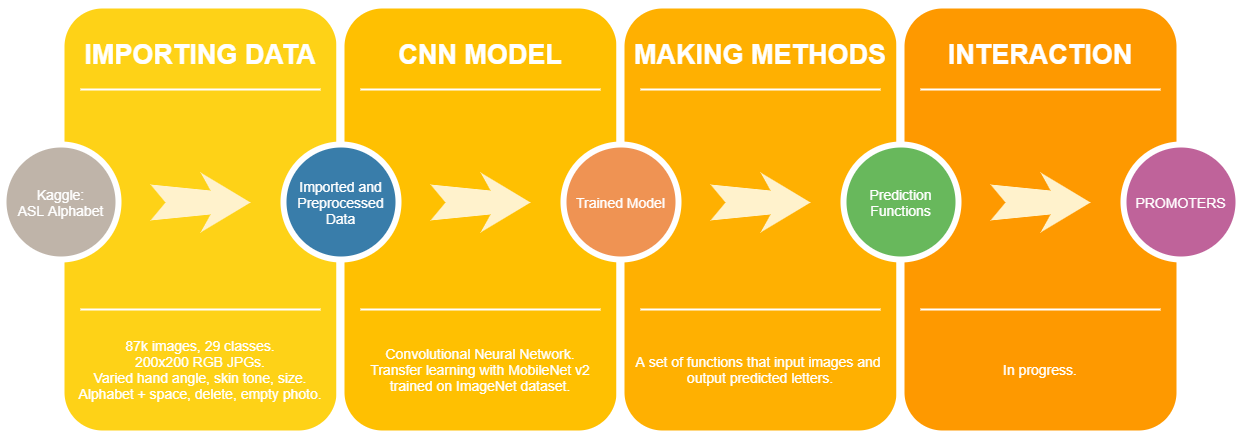
Before: readme_images/project_map.png, a diagram exported from draw.io (Windblown-Marionette/fingerspelling-text). Source tidied: cells renumbered, new cells last; positions are measured from the earlier drawing's top-left corner, leaving out a move shared by most shapes. The source it was exported from:
```xml
<mxGraphModel background="#ffffff">
  <root>
    <mxCell id="0" />
    <mxCell id="1" parent="0" />
    <mxCell id="2" style="whiteSpace=wrap;html=1;rounded=1;shadow=0;strokeWidth=8;fontSize=20;align=center;fillColor=#FED217;strokeColor=#FFFFFF;" parent="1" vertex="1">
      <mxGeometry x="57" width="280" height="430" as="geometry" />
    </mxCell>
    <mxCell id="3" value="IMPORTING DATA" style="text;html=1;strokeColor=none;fillColor=none;align=center;verticalAlign=middle;whiteSpace=wrap;rounded=0;shadow=0;fontSize=27;fontColor=#FFFFFF;fontStyle=1;" parent="1" vertex="1">
      <mxGeometry x="57" y="20" width="280" height="60" as="geometry" />
    </mxCell>
    <mxCell id="4" value="87k images, 29 classes.&lt;br&gt;200x200 RGB JPGs.&lt;br&gt;Varied hand angle, skin tone, size.&lt;br&gt;Alphabet + space, delete, empty photo." style="text;html=1;strokeColor=none;fillColor=none;align=center;verticalAlign=middle;whiteSpace=wrap;rounded=0;shadow=0;fontSize=14;fontColor=#FFFFFF;" parent="1" vertex="1">
      <mxGeometry x="57" y="320" width="280" height="90" as="geometry" />
    </mxCell>
    <mxCell id="5" style="line;strokeWidth=2;html=1;rounded=0;shadow=0;fontSize=27;align=center;fillColor=none;strokeColor=#FFFFFF;" parent="1" vertex="1">
      <mxGeometry x="77" y="80" width="240" height="10" as="geometry" />
    </mxCell>
    <mxCell id="6" style="line;strokeWidth=2;html=1;rounded=0;shadow=0;fontSize=27;align=center;fillColor=none;strokeColor=#FFFFFF;" parent="1" vertex="1">
      <mxGeometry x="77" y="300" width="240" height="10" as="geometry" />
    </mxCell>
    <mxCell id="7" value="Kaggle:&lt;br&gt;ASL Alphabet" style="ellipse;whiteSpace=wrap;html=1;rounded=0;shadow=0;strokeWidth=6;fontSize=14;align=center;fillColor=#BFB4A9;strokeColor=#FFFFFF;fontColor=#FFFFFF;" parent="1" vertex="1">
      <mxGeometry y="140" width="115" height="115" as="geometry" />
    </mxCell>
    <mxCell id="8" style="html=1;shadow=0;dashed=0;align=center;verticalAlign=middle;shape=mxgraph.arrows2.stylisedArrow;dy=0.6;dx=40;notch=15;feather=0.4;rounded=0;strokeWidth=1;fontSize=27;strokeColor=none;fillColor=#fff2cc;" parent="1" vertex="1">
      <mxGeometry x="147" y="168" width="100" height="60" as="geometry" />
    </mxCell>
    <mxCell id="9" style="whiteSpace=wrap;html=1;rounded=1;shadow=0;strokeWidth=8;fontSize=20;align=center;fillColor=#FFC001;strokeColor=#FFFFFF;" parent="1" vertex="1">
      <mxGeometry x="337" width="280" height="430" as="geometry" />
    </mxCell>
    <mxCell id="10" value="CNN MODEL" style="text;html=1;strokeColor=none;fillColor=none;align=center;verticalAlign=middle;whiteSpace=wrap;rounded=0;shadow=0;fontSize=27;fontColor=#FFFFFF;fontStyle=1;" parent="1" vertex="1">
      <mxGeometry x="337" y="20" width="280" height="60" as="geometry" />
    </mxCell>
    <mxCell id="11" value="Convolutional Neural Network.&lt;br&gt;Transfer learning with MobileNet v2&lt;br&gt;trained on ImageNet dataset." style="text;html=1;strokeColor=none;fillColor=none;align=center;verticalAlign=middle;whiteSpace=wrap;rounded=0;shadow=0;fontSize=14;fontColor=#FFFFFF;" parent="1" vertex="1">
      <mxGeometry x="337" y="320" width="280" height="90" as="geometry" />
    </mxCell>
    <mxCell id="12" style="line;strokeWidth=2;html=1;rounded=0;shadow=0;fontSize=27;align=center;fillColor=none;strokeColor=#FFFFFF;" parent="1" vertex="1">
      <mxGeometry x="357" y="80" width="240" height="10" as="geometry" />
    </mxCell>
    <mxCell id="13" style="line;strokeWidth=2;html=1;rounded=0;shadow=0;fontSize=27;align=center;fillColor=none;strokeColor=#FFFFFF;" parent="1" vertex="1">
      <mxGeometry x="357" y="300" width="240" height="10" as="geometry" />
    </mxCell>
    <mxCell id="14" value="Imported and Preprocessed&lt;br&gt;Data" style="ellipse;whiteSpace=wrap;html=1;rounded=0;shadow=0;strokeWidth=6;fontSize=14;align=center;fillColor=#397DAA;strokeColor=#FFFFFF;fontColor=#FFFFFF;" parent="1" vertex="1">
      <mxGeometry x="280" y="140" width="115" height="115" as="geometry" />
    </mxCell>
    <mxCell id="15" style="html=1;shadow=0;dashed=0;align=center;verticalAlign=middle;shape=mxgraph.arrows2.stylisedArrow;dy=0.6;dx=40;notch=15;feather=0.4;rounded=0;strokeWidth=1;fontSize=27;strokeColor=none;fillColor=#fff2cc;" parent="1" vertex="1">
      <mxGeometry x="427" y="168" width="100" height="60" as="geometry" />
    </mxCell>
    <mxCell id="16" style="whiteSpace=wrap;html=1;rounded=1;shadow=0;strokeWidth=8;fontSize=20;align=center;fillColor=#FFB001;strokeColor=#FFFFFF;" parent="1" vertex="1">
      <mxGeometry x="617" width="280" height="430" as="geometry" />
    </mxCell>
    <mxCell id="17" value="MAKING METHODS" style="text;html=1;strokeColor=none;fillColor=none;align=center;verticalAlign=middle;whiteSpace=wrap;rounded=0;shadow=0;fontSize=27;fontColor=#FFFFFF;fontStyle=1;" parent="1" vertex="1">
      <mxGeometry x="617" y="20" width="280" height="60" as="geometry" />
    </mxCell>
    <mxCell id="18" value="A set of functions that input images and&amp;nbsp;&lt;br&gt;output predicted letters." style="text;html=1;strokeColor=none;fillColor=none;align=center;verticalAlign=middle;whiteSpace=wrap;rounded=0;shadow=0;fontSize=14;fontColor=#FFFFFF;" parent="1" vertex="1">
      <mxGeometry x="617" y="320" width="280" height="90" as="geometry" />
    </mxCell>
    <mxCell id="19" style="line;strokeWidth=2;html=1;rounded=0;shadow=0;fontSize=27;align=center;fillColor=none;strokeColor=#FFFFFF;" parent="1" vertex="1">
      <mxGeometry x="637" y="80" width="240" height="10" as="geometry" />
    </mxCell>
    <mxCell id="20" style="line;strokeWidth=2;html=1;rounded=0;shadow=0;fontSize=27;align=center;fillColor=none;strokeColor=#FFFFFF;" parent="1" vertex="1">
      <mxGeometry x="637" y="300" width="240" height="10" as="geometry" />
    </mxCell>
    <mxCell id="21" value="Trained Model" style="ellipse;whiteSpace=wrap;html=1;rounded=0;shadow=0;strokeWidth=6;fontSize=14;align=center;fillColor=#EF9353;strokeColor=#FFFFFF;fontColor=#FFFFFF;" parent="1" vertex="1">
      <mxGeometry x="560" y="140" width="115" height="115" as="geometry" />
    </mxCell>
    <mxCell id="22" style="html=1;shadow=0;dashed=0;align=center;verticalAlign=middle;shape=mxgraph.arrows2.stylisedArrow;dy=0.6;dx=40;notch=15;feather=0.4;rounded=0;strokeWidth=1;fontSize=27;strokeColor=none;fillColor=#fff2cc;" parent="1" vertex="1">
      <mxGeometry x="707" y="168" width="100" height="60" as="geometry" />
    </mxCell>
    <mxCell id="23" style="whiteSpace=wrap;html=1;rounded=1;shadow=0;strokeWidth=8;fontSize=20;align=center;fillColor=#FE9900;strokeColor=#FFFFFF;" parent="1" vertex="1">
      <mxGeometry x="897" width="280" height="430" as="geometry" />
    </mxCell>
    <mxCell id="24" value="INTERACTION" style="text;html=1;strokeColor=none;fillColor=none;align=center;verticalAlign=middle;whiteSpace=wrap;rounded=0;shadow=0;fontSize=27;fontColor=#FFFFFF;fontStyle=1;" parent="1" vertex="1">
      <mxGeometry x="897" y="20" width="280" height="60" as="geometry" />
    </mxCell>
    <mxCell id="25" value="In progress." style="text;html=1;strokeColor=none;fillColor=none;align=center;verticalAlign=middle;whiteSpace=wrap;rounded=0;shadow=0;fontSize=14;fontColor=#FFFFFF;" parent="1" vertex="1">
      <mxGeometry x="897" y="320" width="280" height="90" as="geometry" />
    </mxCell>
    <mxCell id="26" style="line;strokeWidth=2;html=1;rounded=0;shadow=0;fontSize=27;align=center;fillColor=none;strokeColor=#FFFFFF;" parent="1" vertex="1">
      <mxGeometry x="917" y="80" width="240" height="10" as="geometry" />
    </mxCell>
    <mxCell id="27" style="line;strokeWidth=2;html=1;rounded=0;shadow=0;fontSize=27;align=center;fillColor=none;strokeColor=#FFFFFF;" parent="1" vertex="1">
      <mxGeometry x="917" y="300" width="240" height="10" as="geometry" />
    </mxCell>
    <mxCell id="28" value="Prediction Functions" style="ellipse;whiteSpace=wrap;html=1;rounded=0;shadow=0;strokeWidth=6;fontSize=14;align=center;fillColor=#68B85C;strokeColor=#FFFFFF;fontColor=#FFFFFF;" parent="1" vertex="1">
      <mxGeometry x="840" y="140" width="115" height="115" as="geometry" />
    </mxCell>
    <mxCell id="29" style="html=1;shadow=0;dashed=0;align=center;verticalAlign=middle;shape=mxgraph.arrows2.stylisedArrow;dy=0.6;dx=40;notch=15;feather=0.4;rounded=0;strokeWidth=1;fontSize=27;strokeColor=none;fillColor=#fff2cc;" parent="1" vertex="1">
      <mxGeometry x="987" y="168" width="100" height="60" as="geometry" />
    </mxCell>
    <mxCell id="30" value="PROMOTERS" style="ellipse;whiteSpace=wrap;html=1;rounded=0;shadow=0;strokeWidth=6;fontSize=14;align=center;fillColor=#BF639A;strokeColor=#FFFFFF;fontColor=#FFFFFF;" parent="1" vertex="1">
      <mxGeometry x="1120" y="140" width="115" height="115" as="geometry" />
    </mxCell>
  </root>
</mxGraphModel>
```
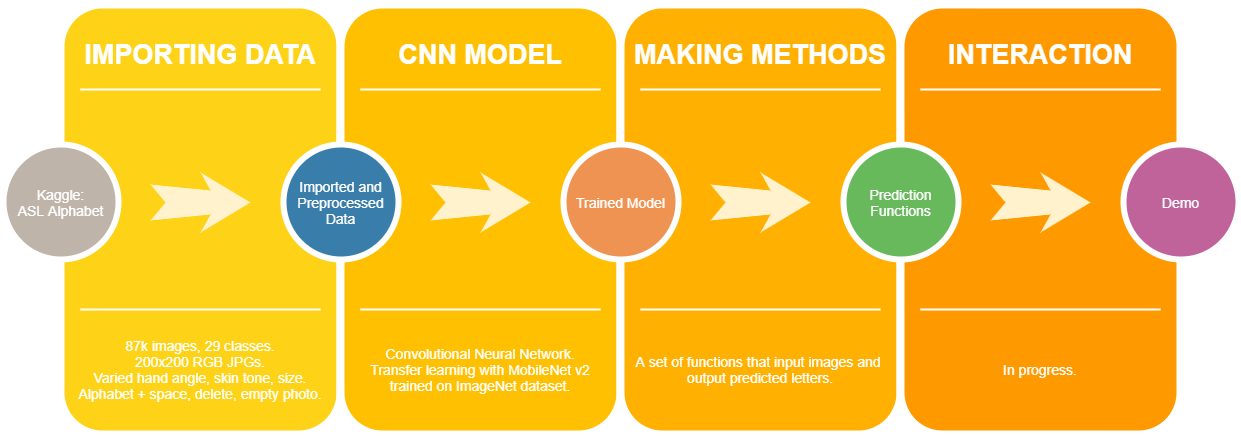
Above is the later version.

The edit, as a diff of the source:
```diff
@@ -86,7 +86,7 @@
     <mxCell id="29" style="html=1;shadow=0;dashed=0;align=center;verticalAlign=middle;shape=mxgraph.arrows2.stylisedArrow;dy=0.6;dx=40;notch=15;feather=0.4;rounded=0;strokeWidth=1;fontSize=27;strokeColor=none;fillColor=#fff2cc;" parent="1" vertex="1">
       <mxGeometry x="987" y="168" width="100" height="60" as="geometry" />
     </mxCell>
-    <mxCell id="30" value="PROMOTERS" style="ellipse;whiteSpace=wrap;html=1;rounded=0;shadow=0;strokeWidth=6;fontSize=14;align=center;fillColor=#BF639A;strokeColor=#FFFFFF;fontColor=#FFFFFF;" parent="1" vertex="1">
+    <mxCell id="30" value="Demo" style="ellipse;whiteSpace=wrap;html=1;rounded=0;shadow=0;strokeWidth=6;fontSize=14;align=center;fillColor=#BF639A;strokeColor=#FFFFFF;fontColor=#FFFFFF;" parent="1" vertex="1">
       <mxGeometry x="1120" y="140" width="115" height="115" as="geometry" />
     </mxCell>
   </root>
```
